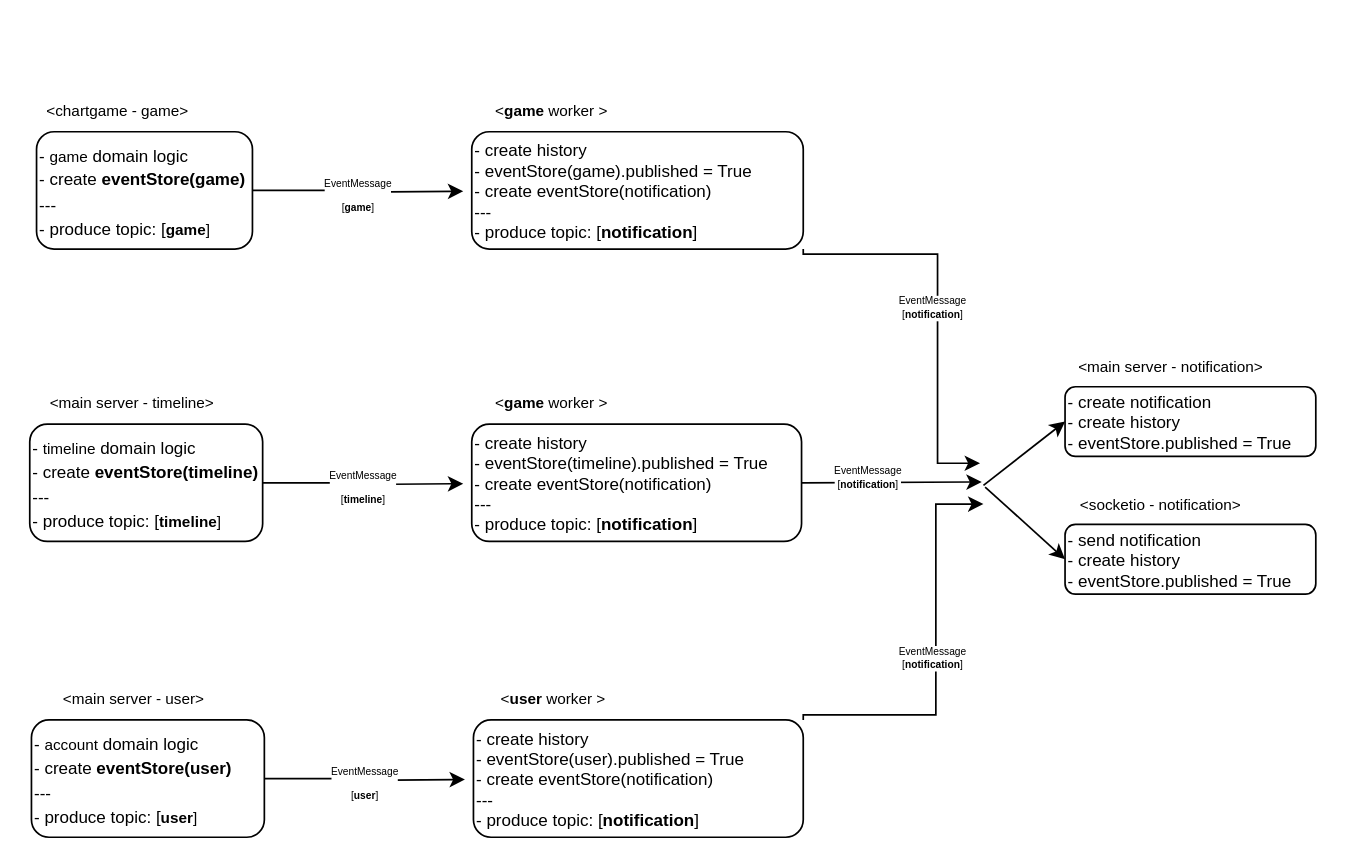
Above: notification.drawio in myeongjunkim/somethings (draw.io), before the change. Source tidied: cells renumbered, new cells numbered last; positions are measured from the earlier drawing's top-left corner, leaving out a move shared by most shapes. Both pictures are drawn from the tidied source at 170%, with x=0, y=0 at pixel (29, 97).
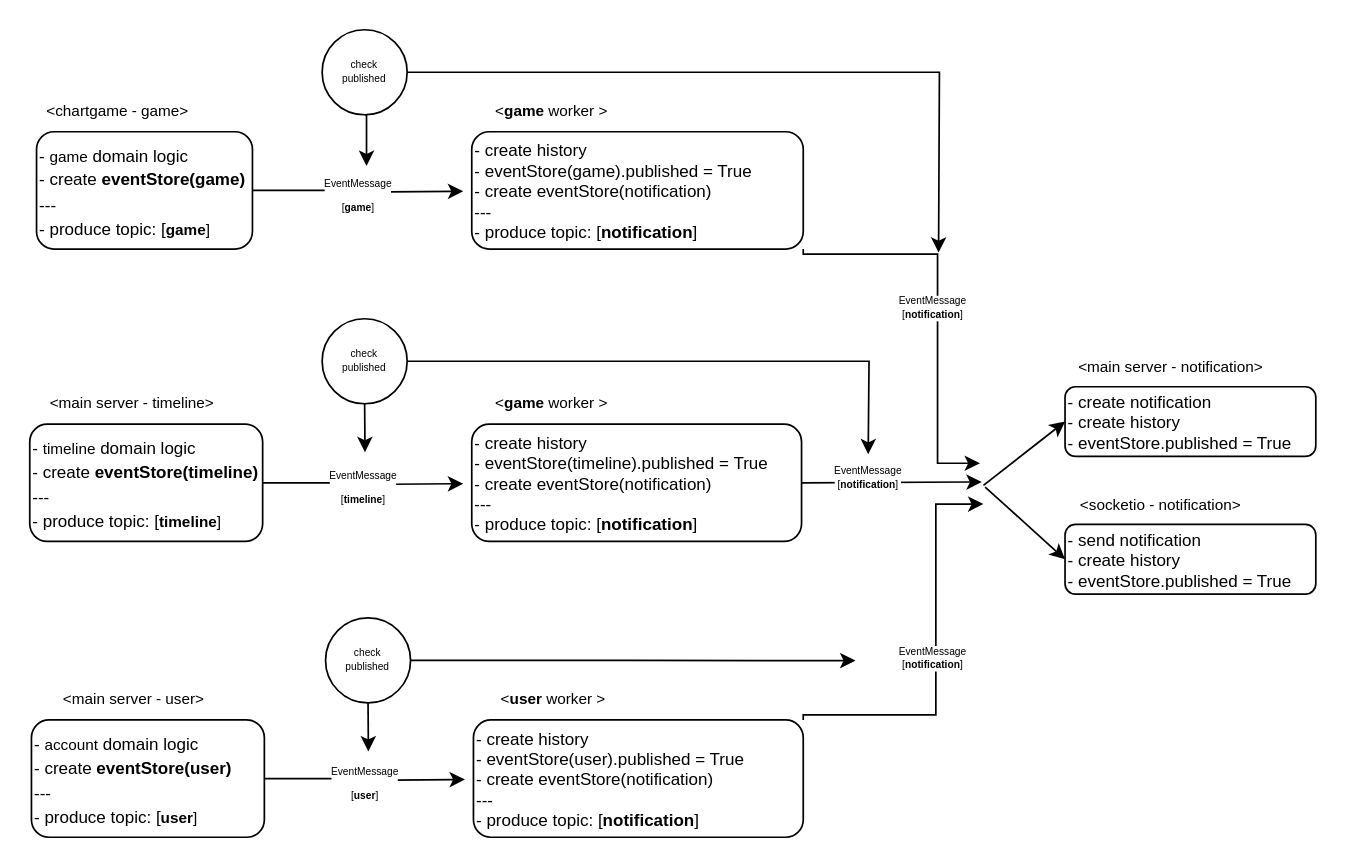
The same diagram, later.

Diff of the diagram source:
```diff
@@
+    <mxCell id="29" style="edgeStyle=orthogonalEdgeStyle;rounded=0;jettySize=auto;html=1;exitX=0.5;exitY=1;exitDx=0;exitDy=0;fontFamily=Helvetica;fontSize=6;" parent="1" edge="1" source="31">
+      <mxGeometry relative="1" as="geometry">
+        <mxPoint x="198.1" y="40.1" as="targetPoint" />
+      </mxGeometry>
+    </mxCell>
+    <mxCell id="30" style="edgeStyle=orthogonalEdgeStyle;rounded=0;jettySize=auto;html=1;exitX=1;exitY=0.5;exitDx=0;exitDy=0;fontFamily=Helvetica;fontSize=6;" parent="1" edge="1" source="31">
+      <mxGeometry relative="1" as="geometry">
+        <mxPoint x="534.6" y="91.1" as="targetPoint" />
+      </mxGeometry>
+    </mxCell>
+    <mxCell id="31" value="check&lt;br&gt;published" style="ellipse;whiteSpace=wrap;html=1;fontFamily=Helvetica;fontSize=6;" parent="1" vertex="1">
+      <mxGeometry x="172" y="-40" width="50" height="50" as="geometry" />
+    </mxCell>
+    <mxCell id="32" style="edgeStyle=orthogonalEdgeStyle;rounded=0;jettySize=auto;html=1;exitX=0.5;exitY=1;exitDx=0;exitDy=0;fontFamily=Helvetica;fontSize=6;" parent="1" edge="1" source="34">
+      <mxGeometry relative="1" as="geometry">
+        <mxPoint x="197.2" y="208.5" as="targetPoint" />
+      </mxGeometry>
+    </mxCell>
+    <mxCell id="33" style="edgeStyle=orthogonalEdgeStyle;rounded=0;jettySize=auto;html=1;exitX=1;exitY=0.5;exitDx=0;exitDy=0;fontFamily=Helvetica;fontSize=6;" parent="1" edge="1" source="34">
+      <mxGeometry relative="1" as="geometry">
+        <mxPoint x="493.2" y="209.7" as="targetPoint" />
+      </mxGeometry>
+    </mxCell>
+    <mxCell id="34" value="check&lt;br&gt;published" style="ellipse;whiteSpace=wrap;html=1;fontFamily=Helvetica;fontSize=6;" parent="1" vertex="1">
+      <mxGeometry x="172" y="130" width="50" height="50" as="geometry" />
+    </mxCell>
+    <mxCell id="35" style="edgeStyle=orthogonalEdgeStyle;rounded=0;jettySize=auto;html=1;exitX=0.5;exitY=1;exitDx=0;exitDy=0;fontFamily=Helvetica;fontSize=6;" parent="1" edge="1" source="37">
+      <mxGeometry relative="1" as="geometry">
+        <mxPoint x="199.2" y="384.5" as="targetPoint" />
+      </mxGeometry>
+    </mxCell>
+    <mxCell id="36" style="edgeStyle=orthogonalEdgeStyle;rounded=0;jettySize=auto;html=1;exitX=1;exitY=0.5;exitDx=0;exitDy=0;fontFamily=Helvetica;fontSize=6;" parent="1" edge="1" source="37">
+      <mxGeometry relative="1" as="geometry">
+        <mxPoint x="485.7" y="331.1" as="targetPoint" />
+      </mxGeometry>
+    </mxCell>
+    <mxCell id="37" value="check&lt;br&gt;published" style="ellipse;whiteSpace=wrap;html=1;fontFamily=Helvetica;fontSize=6;" parent="1" vertex="1">
+      <mxGeometry x="174" y="306" width="50" height="50" as="geometry" />
+    </mxCell>
```
